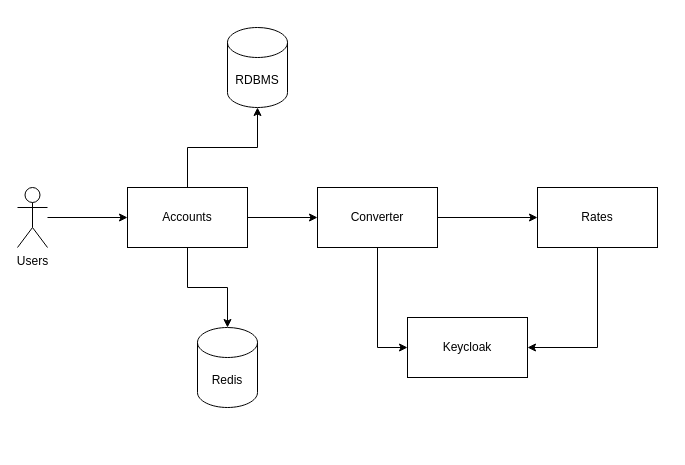
This is docs/components-structure.drawio from vl4ds4m/banking, a draw.io file, before an edit. Source tidied: cells renumbered, new cells numbered last; positions are measured from the earlier drawing's top-left corner, leaving out a move shared by most shapes. Both pictures are drawn from the tidied source at 100%, with x=0, y=0 at pixel (17, 27).
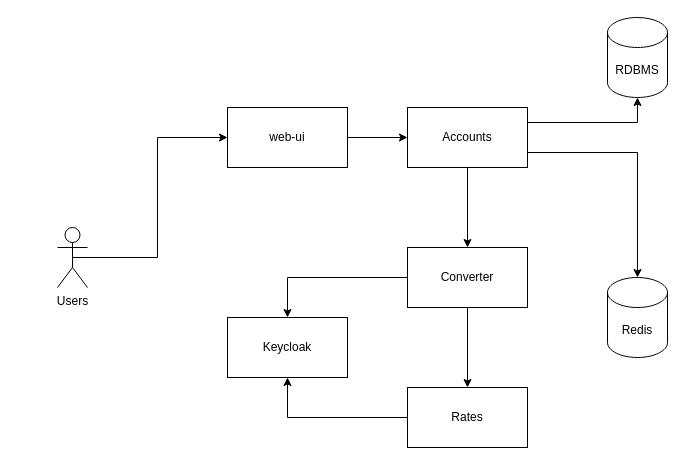
The same diagram, later.

Change to the diagram source:
```diff
@@
 <mxGraphModel>
   <root>
     <mxCell id="0" />
     <mxCell id="1" parent="0" />
-    <mxCell id="2" style="edgeStyle=orthogonalEdgeStyle;rounded=0;jettySize=auto;html=1;entryX=0;entryY=0.5;entryDx=0;entryDy=0;" parent="1" edge="1" source="5" target="8">
+    <mxCell id="2" style="edgeStyle=orthogonalEdgeStyle;rounded=0;jettySize=auto;html=1;exitX=0.5;exitY=1;exitDx=0;exitDy=0;entryX=0.5;entryY=0;entryDx=0;entryDy=0;" parent="1" edge="1" source="5" target="8">
       <mxGeometry relative="1" as="geometry" />
     </mxCell>
-    <mxCell id="3" style="edgeStyle=orthogonalEdgeStyle;rounded=0;jettySize=auto;html=1;exitX=0.5;exitY=0;exitDx=0;exitDy=0;entryX=0.5;entryY=1;entryDx=0;entryDy=0;entryPerimeter=0;" parent="1" edge="1" source="5" target="12">
-      <mxGeometry relative="1" as="geometry" />
-    </mxCell>
-    <mxCell id="4" style="edgeStyle=orthogonalEdgeStyle;rounded=0;jettySize=auto;html=1;exitX=0.5;exitY=1;exitDx=0;exitDy=0;entryX=0.5;entryY=0;entryDx=0;entryDy=0;entryPerimeter=0;" parent="1" edge="1" source="5" target="13">
-      <mxGeometry relative="1" as="geometry" />
-    </mxCell>
     <mxCell id="5" value="Accounts" style="rounded=0;whiteSpace=wrap;html=1;" parent="1" vertex="1">
-      <mxGeometry x="110" y="160" width="120" height="60" as="geometry" />
+      <mxGeometry x="390" y="80" width="120" height="60" as="geometry" />
     </mxCell>
-    <mxCell id="6" style="edgeStyle=orthogonalEdgeStyle;rounded=0;jettySize=auto;html=1;exitX=1;exitY=0.5;exitDx=0;exitDy=0;entryX=0;entryY=0.5;entryDx=0;entryDy=0;" parent="1" edge="1" source="8" target="10">
+    <mxCell id="6" style="edgeStyle=orthogonalEdgeStyle;rounded=0;jettySize=auto;html=1;exitX=0.5;exitY=1;exitDx=0;exitDy=0;entryX=0.5;entryY=0;entryDx=0;entryDy=0;" parent="1" edge="1" source="8" target="10">
       <mxGeometry relative="1" as="geometry" />
     </mxCell>
-    <mxCell id="7" style="edgeStyle=orthogonalEdgeStyle;rounded=0;jettySize=auto;html=1;exitX=0.5;exitY=1;exitDx=0;exitDy=0;entryX=0;entryY=0.5;entryDx=0;entryDy=0;" parent="1" edge="1" source="8" target="11">
+    <mxCell id="7" style="edgeStyle=orthogonalEdgeStyle;rounded=0;jettySize=auto;html=1;exitX=0;exitY=0.5;exitDx=0;exitDy=0;entryX=0.5;entryY=0;entryDx=0;entryDy=0;" parent="1" edge="1" source="8" target="11">
       <mxGeometry relative="1" as="geometry" />
     </mxCell>
     <mxCell id="8" value="Converter" style="rounded=0;whiteSpace=wrap;html=1;" parent="1" vertex="1">
-      <mxGeometry x="300" y="160" width="120" height="60" as="geometry" />
+      <mxGeometry x="390" y="220" width="120" height="60" as="geometry" />
     </mxCell>
-    <mxCell id="9" style="edgeStyle=orthogonalEdgeStyle;rounded=0;jettySize=auto;html=1;exitX=0.5;exitY=1;exitDx=0;exitDy=0;entryX=1;entryY=0.5;entryDx=0;entryDy=0;" parent="1" edge="1" source="10" target="11">
+    <mxCell id="9" style="edgeStyle=orthogonalEdgeStyle;rounded=0;jettySize=auto;html=1;exitX=0;exitY=0.5;exitDx=0;exitDy=0;entryX=0.5;entryY=1;entryDx=0;entryDy=0;" parent="1" edge="1" source="10" target="11">
       <mxGeometry relative="1" as="geometry" />
     </mxCell>
     <mxCell id="10" value="Rates" style="rounded=0;whiteSpace=wrap;html=1;" parent="1" vertex="1">
-      <mxGeometry x="520" y="160" width="120" height="60" as="geometry" />
+      <mxGeometry x="390" y="360" width="120" height="60" as="geometry" />
     </mxCell>
     <mxCell id="11" value="Keycloak" style="rounded=0;whiteSpace=wrap;html=1;" parent="1" vertex="1">
-      <mxGeometry x="390" y="290" width="120" height="60" as="geometry" />
+      <mxGeometry x="210" y="290" width="120" height="60" as="geometry" />
     </mxCell>
     <mxCell id="12" value="RDBMS" style="shape=cylinder3;whiteSpace=wrap;html=1;boundedLbl=1;backgroundOutline=1;size=15;" parent="1" vertex="1">
-      <mxGeometry x="210" width="60" height="80" as="geometry" />
+      <mxGeometry x="590" y="-10" width="60" height="80" as="geometry" />
     </mxCell>
     <mxCell id="13" value="Redis" style="shape=cylinder3;whiteSpace=wrap;html=1;boundedLbl=1;backgroundOutline=1;size=15;" parent="1" vertex="1">
-      <mxGeometry x="180" y="300" width="60" height="80" as="geometry" />
+      <mxGeometry x="590" y="250" width="60" height="80" as="geometry" />
     </mxCell>
-    <mxCell id="14" style="edgeStyle=orthogonalEdgeStyle;rounded=0;jettySize=auto;html=1;" parent="1" edge="1" source="15" target="5">
-      <mxGeometry relative="1" as="geometry" />
-    </mxCell>
+    <mxCell id="16" style="edgeStyle=orthogonalEdgeStyle;rounded=0;jettySize=auto;html=1;exitX=0.5;exitY=0.5;exitDx=0;exitDy=0;exitPerimeter=0;entryX=0;entryY=0.5;entryDx=0;entryDy=0;" parent="1" edge="1" source="15" target="18">
+      <mxGeometry relative="1" as="geometry" />
+    </mxCell>
     <mxCell id="15" value="Users" style="shape=umlActor;verticalLabelPosition=bottom;verticalAlign=top;html=1;outlineConnect=0;" parent="1" vertex="1">
-      <mxGeometry y="160" width="30" height="60" as="geometry" />
+      <mxGeometry x="40" y="200" width="30" height="60" as="geometry" />
     </mxCell>
+    <mxCell id="17" style="edgeStyle=orthogonalEdgeStyle;rounded=0;jettySize=auto;html=1;exitX=1;exitY=0.5;exitDx=0;exitDy=0;entryX=0;entryY=0.5;entryDx=0;entryDy=0;" parent="1" edge="1" source="18" target="5">
+      <mxGeometry relative="1" as="geometry" />
+    </mxCell>
+    <mxCell id="18" value="web-ui" style="rounded=0;whiteSpace=wrap;html=1;" parent="1" vertex="1">
+      <mxGeometry x="210" y="80" width="120" height="60" as="geometry" />
+    </mxCell>
+    <mxCell id="4" style="edgeStyle=orthogonalEdgeStyle;rounded=0;jettySize=auto;html=1;exitX=1;exitY=0.75;exitDx=0;exitDy=0;entryX=0.5;entryY=0;entryDx=0;entryDy=0;entryPerimeter=0;" parent="1" edge="1" source="5" target="13">
+      <mxGeometry relative="1" as="geometry" />
+    </mxCell>
+    <mxCell id="3" style="edgeStyle=orthogonalEdgeStyle;rounded=0;jettySize=auto;html=1;exitX=1;exitY=0.25;exitDx=0;exitDy=0;entryX=0.5;entryY=1;entryDx=0;entryDy=0;entryPerimeter=0;" parent="1" edge="1" source="5" target="12">
+      <mxGeometry relative="1" as="geometry" />
+    </mxCell>
   </root>
 </mxGraphModel>
```
